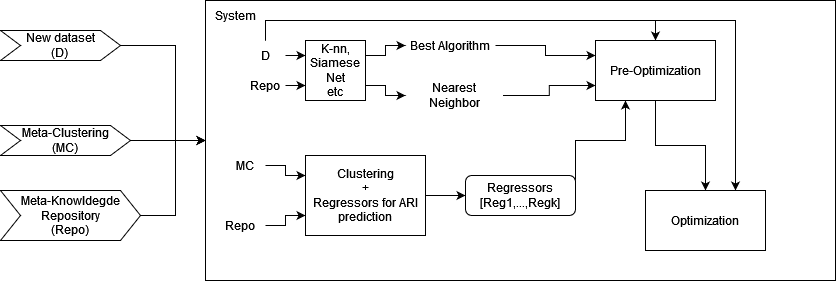
This is Ανώνυμο διάγραμμα.drawio.png from dipeg13/AutoML-Clustering, a draw.io export, as it was before one commit. Source tidied: cells renumbered, new cells last; positions are measured from the earlier drawing's top-left corner, leaving out a move shared by most shapes.
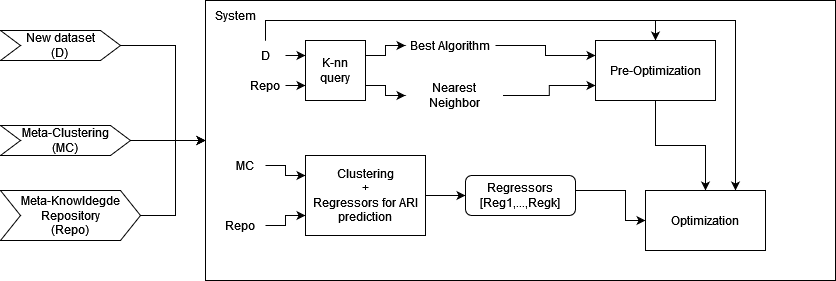
After the change.

Diff of the diagram source:
```diff
@@ -65,7 +65,7 @@
         </Array>
       </mxGeometry>
     </mxCell>
-    <mxCell id="18" value="&lt;div&gt;K-nn,&lt;/div&gt;&lt;div&gt;Siamese Net&lt;/div&gt;&lt;div&gt;etc&lt;br&gt;&lt;/div&gt;" style="whiteSpace=wrap;html=1;" parent="1" vertex="1">
+    <mxCell id="18" value="&lt;div&gt;K-nn query&lt;br&gt;&lt;/div&gt;" style="whiteSpace=wrap;html=1;" parent="1" vertex="1">
       <mxGeometry x="305" y="40" width="60" height="60" as="geometry" />
     </mxCell>
     <mxCell id="19" style="edgeStyle=orthogonalEdgeStyle;rounded=0;jettySize=auto;html=1;exitX=1;exitY=0.5;exitDx=0;exitDy=0;entryX=0;entryY=0.25;entryDx=0;entryDy=0;" parent="1" edge="1" source="20" target="32">
@@ -98,11 +98,12 @@
     <mxCell id="28" value="&lt;div&gt;Clustering&lt;/div&gt;&lt;div&gt;+&lt;/div&gt;&lt;div&gt;Regressors for ARI&lt;/div&gt;&lt;div&gt;prediction&lt;br&gt;&lt;/div&gt;" style="rounded=0;whiteSpace=wrap;html=1;" parent="1" vertex="1">
       <mxGeometry x="305" y="155" width="120" height="80" as="geometry" />
     </mxCell>
-    <mxCell id="29" style="edgeStyle=orthogonalEdgeStyle;rounded=0;jettySize=auto;html=1;exitX=1;exitY=0.25;exitDx=0;exitDy=0;entryX=0.25;entryY=1;entryDx=0;entryDy=0;" parent="1" edge="1" source="30" target="32">
+    <mxCell id="29" style="edgeStyle=orthogonalEdgeStyle;rounded=0;jettySize=auto;html=1;exitX=1;exitY=0.25;exitDx=0;exitDy=0;entryX=0;entryY=0.5;entryDx=0;entryDy=0;" parent="1" edge="1" source="30" target="33">
       <mxGeometry relative="1" as="geometry">
         <Array as="points">
-          <mxPoint x="575" y="140" />
-          <mxPoint x="625" y="140" />
+          <mxPoint x="575" y="190" />
+          <mxPoint x="625" y="190" />
+          <mxPoint x="625" y="220" />
         </Array>
       </mxGeometry>
     </mxCell>
```
